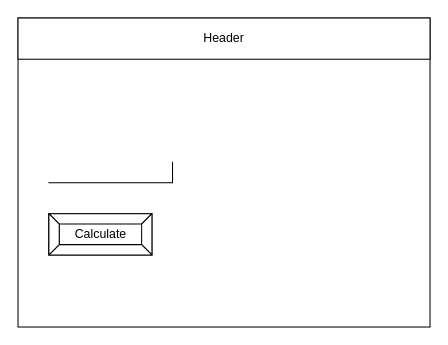
The draw.io diagram design/story-board.drawio in Timothy-Manwell/ICS2O-Unit6-04, before the edit. Source tidied: cells renumbered, new cells numbered last; positions are measured from the earlier drawing's top-left corner, leaving out a move shared by most shapes. Both pictures are drawn from the tidied source at 103%, with x=0, y=0 at pixel (18, 18).
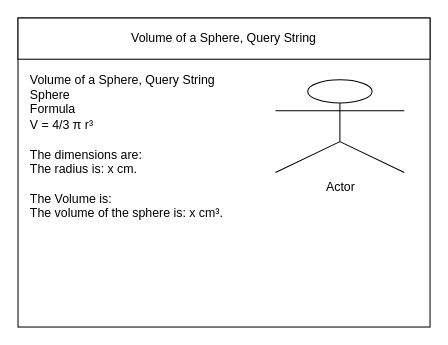
The same page after the edit.

What changed in the source:
```diff
@@
 <mxGraphModel>
   <root>
     <mxCell id="0" />
     <mxCell id="1" parent="0" />
     <mxCell id="2" style="rounded=0;whiteSpace=wrap;html=1;" parent="1" vertex="1">
       <mxGeometry width="400" height="300" as="geometry" />
     </mxCell>
-    <mxCell id="3" value="Header" style="rounded=0;whiteSpace=wrap;html=1;" parent="1" vertex="1">
+    <mxCell id="3" value="Volume of a Sphere, Query String" style="rounded=0;whiteSpace=wrap;html=1;" parent="1" vertex="1">
       <mxGeometry width="400" height="40" as="geometry" />
     </mxCell>
-    <mxCell id="4" style="shape=partialRectangle;whiteSpace=wrap;html=1;top=0;left=0;fillColor=none;" parent="1" vertex="1">
-      <mxGeometry x="30" y="140" width="120" height="20" as="geometry" />
-    </mxCell>
-    <mxCell id="5" value="Calculate" style="labelPosition=center;verticalLabelPosition=middle;align=center;html=1;shape=mxgraph.basic.button;dx=10;" parent="1" vertex="1">
-      <mxGeometry x="30" y="190" width="100" height="40" as="geometry" />
+    <mxCell id="5" value="&lt;div&gt;Volume of a Sphere, Query String&lt;/div&gt;&lt;div&gt;Sphere&lt;/div&gt;&lt;div&gt;Formula&lt;/div&gt;&lt;div&gt;V = 4/3 π r³&lt;/div&gt;&lt;div&gt;&lt;br&gt;&lt;/div&gt;&lt;div&gt;The dimensions are:&lt;/div&gt;&lt;div&gt;The radius is: x cm.&lt;/div&gt;&lt;div&gt;&lt;br&gt;&lt;/div&gt;&lt;div&gt;The Volume is:&lt;/div&gt;&lt;div&gt;The volume of the sphere is: x cm³.&lt;/div&gt;" style="text;html=1;strokeColor=none;fillColor=none;align=left;verticalAlign=middle;whiteSpace=wrap;rounded=0;" parent="1" vertex="1">
+      <mxGeometry x="10" y="110" width="210" height="30" as="geometry" />
     </mxCell>
+    <mxCell id="6" value="Actor" style="shape=umlActor;verticalLabelPosition=bottom;verticalAlign=top;html=1;" parent="1" vertex="1">
+      <mxGeometry x="250" y="60" width="125" height="90" as="geometry" />
+    </mxCell>
   </root>
 </mxGraphModel>
```
